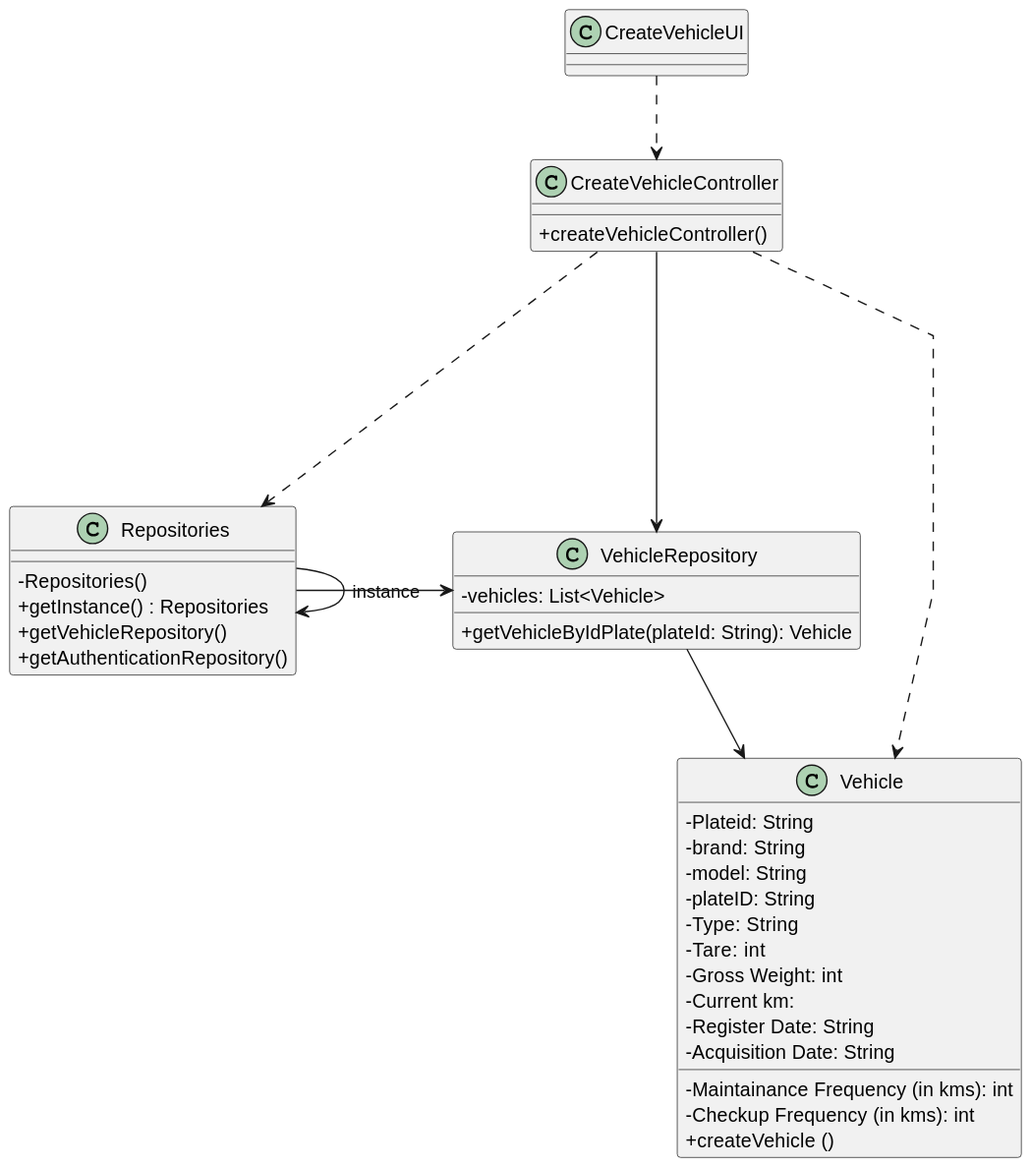
Above: docs/sprintB/us006/03.design/svg/us006-class-diagram.svg in Mendoncaa/LAPR2 (PlantUML), before the change.
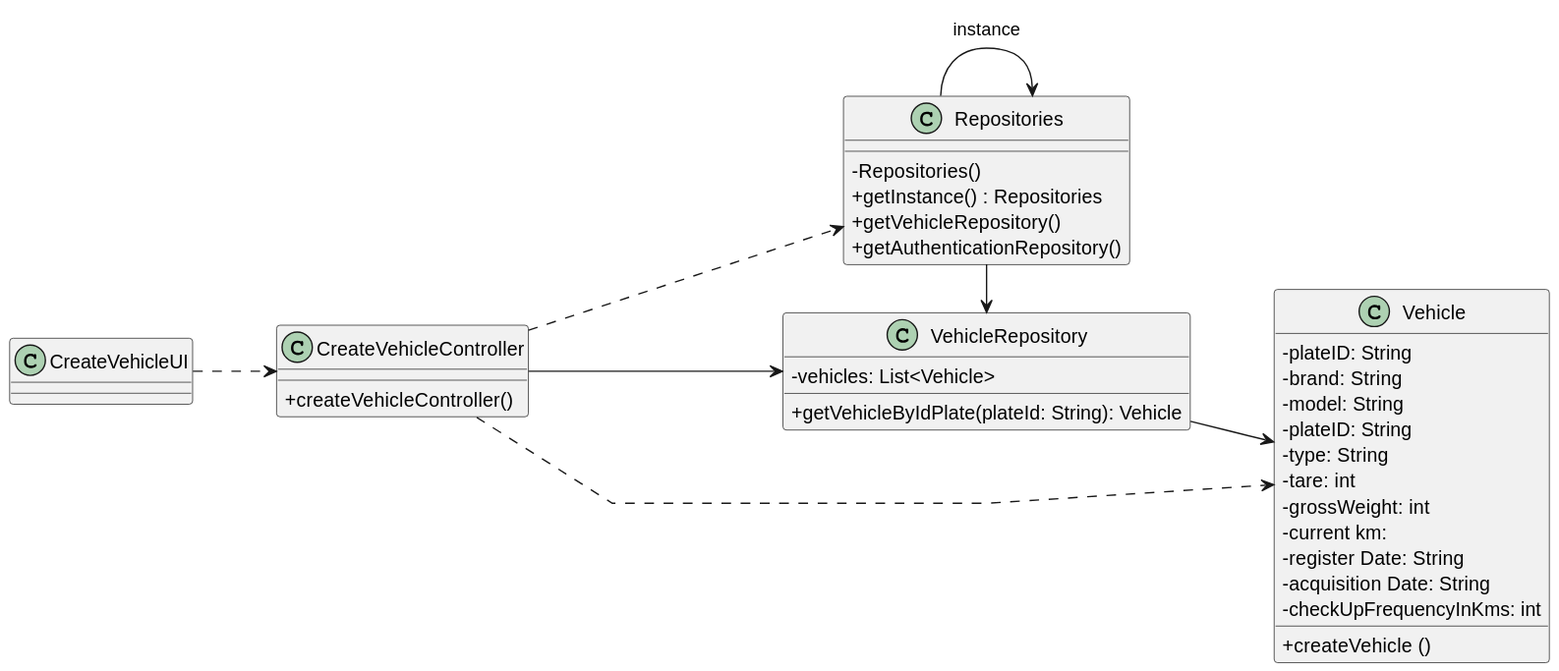
The same diagram one commit later.

What changed in the source:
```diff
@@ -5,24 +5,24 @@
 
 skinparam classAttributeIconSize 0
 
+left to right direction
 
 class CreateVehicleUI{
 }
 
 
 class Vehicle {
-    - Plateid: String
+    - plateID: String
     - brand: String
     - model: String
     - plateID: String
-    - Type: String
-    - Tare: int
-    - Gross Weight: int
-    - Current km:
-    - Register Date: String
-    - Acquisition Date: String
-    - Maintainance Frequency (in kms): int
-    - Checkup Frequency (in kms): int
+    - type: String
+    - tare: int
+    - grossWeight: int
+    - current km:
+    - register Date: String
+    - acquisition Date: String
+    - checkUpFrequencyInKms: int
     + createVehicle ()
 
 }
```
